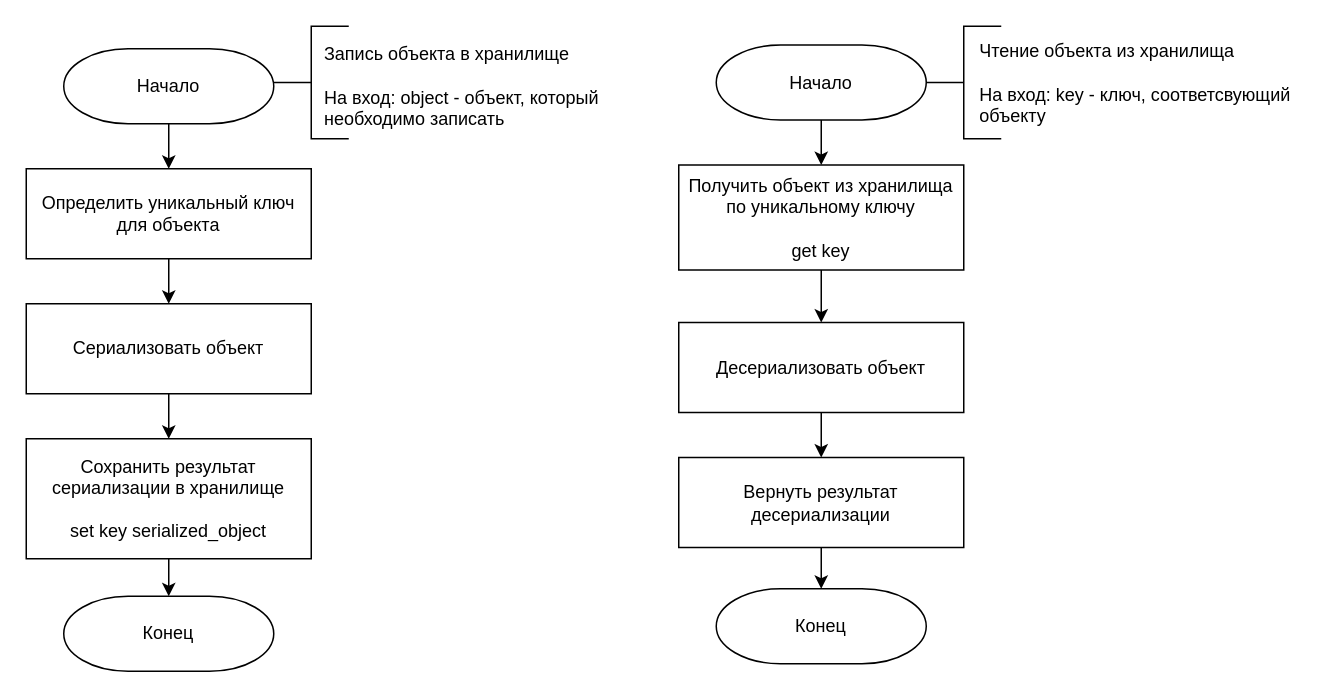
Earlier version of the draw.io diagram page "key-value" (6 of 45) of docs/diags/diag.drawio (lenoleuum/bmstu-diploma). Source tidied: cells renumbered, new cells numbered last; positions are measured from the earlier drawing's top-left corner, leaving out a move shared by most shapes. Both pictures are drawn from the tidied source at 150%, with x=0, y=0 at pixel (26, 26).
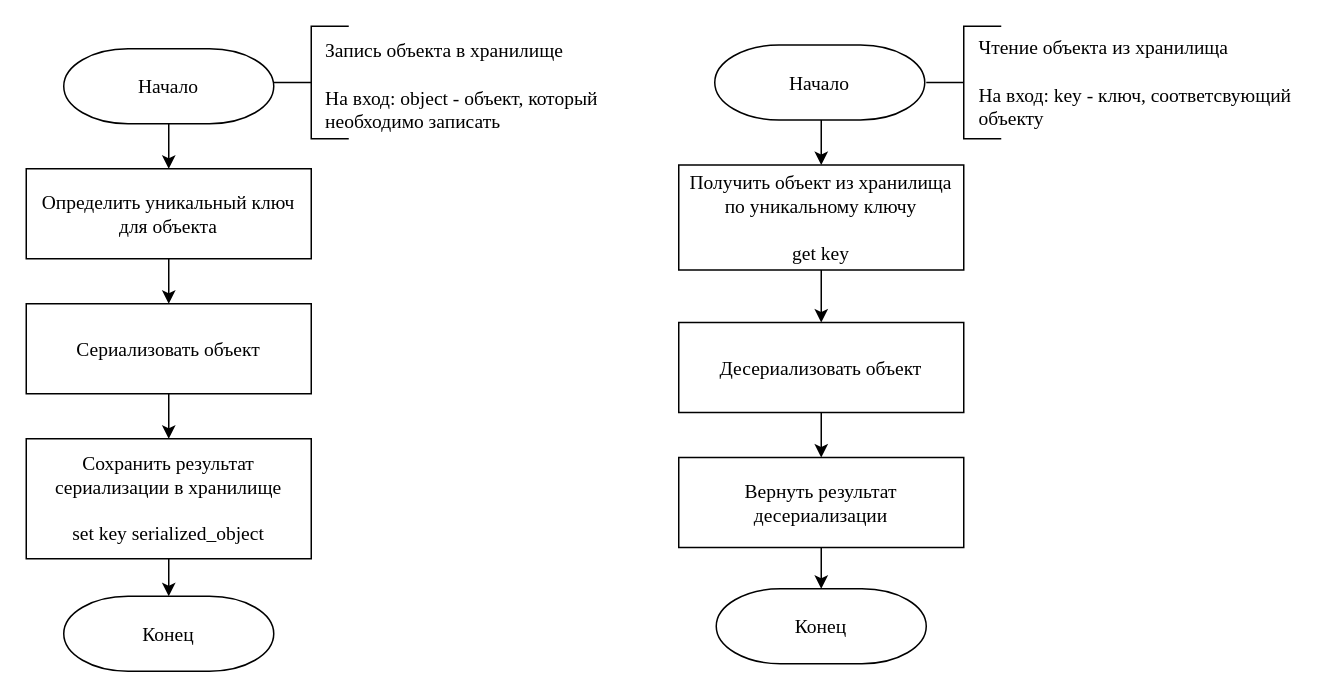
The same diagram, later.

Change to the diagram source:
```diff
@@
-    <mxCell id="2" style="edgeStyle=orthogonalEdgeStyle;rounded=0;jettySize=auto;html=1;exitX=0.5;exitY=1;exitDx=0;exitDy=0;exitPerimeter=0;entryX=0.5;entryY=0;entryDx=0;entryDy=0;" parent="1" edge="1" source="3" target="6">
-      <mxGeometry relative="1" as="geometry" />
+    <mxCell id="2" style="edgeStyle=orthogonalEdgeStyle;rounded=0;jettySize=auto;html=1;exitX=0.5;exitY=1;exitDx=0;exitDy=0;exitPerimeter=0;entryX=0.5;entryY=0;entryDx=0;entryDy=0;" parent="1" edge="1" target="6">
+      <mxGeometry relative="1" as="geometry">
+        <mxPoint x="95" y="57.5" as="sourcePoint" />
+      </mxGeometry>
     </mxCell>
-    <mxCell id="3" value="Начало" style="strokeWidth=1;html=1;shape=mxgraph.flowchart.terminator;whiteSpace=wrap;" parent="1" vertex="1">
-      <mxGeometry x="25" y="15" width="140" height="50" as="geometry" />
-    </mxCell>
-    <mxCell id="4" value="Конец" style="strokeWidth=1;html=1;shape=mxgraph.flowchart.terminator;whiteSpace=wrap;" parent="1" vertex="1">
-      <mxGeometry x="25" y="380" width="140" height="50" as="geometry" />
-    </mxCell>
@@
-    <mxCell id="6" value="Определить уникальный ключ для объекта" style="rounded=0;whiteSpace=wrap;html=1;absoluteArcSize=1;arcSize=14;strokeWidth=1;" parent="1" vertex="1">
+    <mxCell id="6" value="&lt;font style=&quot;font-size: 13px&quot; face=&quot;Times New Roman&quot;&gt;Определить уникальный ключ для объекта&lt;/font&gt;" style="rounded=0;whiteSpace=wrap;html=1;absoluteArcSize=1;arcSize=14;strokeWidth=1;" parent="1" vertex="1">
       <mxGeometry y="95" width="190" height="60" as="geometry" />
     </mxCell>
@@
-    <mxCell id="8" value="Сериализовать объект" style="rounded=0;whiteSpace=wrap;html=1;absoluteArcSize=1;arcSize=14;strokeWidth=1;" parent="1" vertex="1">
+    <mxCell id="8" value="&lt;font face=&quot;Times New Roman&quot; style=&quot;font-size: 13px&quot;&gt;Сериализовать объект&lt;/font&gt;" style="rounded=0;whiteSpace=wrap;html=1;absoluteArcSize=1;arcSize=14;strokeWidth=1;" parent="1" vertex="1">
       <mxGeometry y="185" width="190" height="60" as="geometry" />
     </mxCell>
-    <mxCell id="9" style="edgeStyle=orthogonalEdgeStyle;rounded=0;jettySize=auto;html=1;exitX=0.5;exitY=1;exitDx=0;exitDy=0;entryX=0.5;entryY=0;entryDx=0;entryDy=0;entryPerimeter=0;" parent="1" edge="1" source="10" target="4">
-      <mxGeometry relative="1" as="geometry" />
+    <mxCell id="9" style="edgeStyle=orthogonalEdgeStyle;rounded=0;jettySize=auto;html=1;exitX=0.5;exitY=1;exitDx=0;exitDy=0;entryX=0.5;entryY=0;entryDx=0;entryDy=0;entryPerimeter=0;" parent="1" edge="1" source="10">
+      <mxGeometry relative="1" as="geometry">
+        <mxPoint x="95" y="380" as="targetPoint" />
+      </mxGeometry>
     </mxCell>
-    <mxCell id="10" value="Сохранить результат сериализации в хранилище&lt;br&gt;&lt;br&gt;set key serialized_object" style="rounded=0;whiteSpace=wrap;html=1;absoluteArcSize=1;arcSize=14;strokeWidth=1;" parent="1" vertex="1">
+    <mxCell id="10" value="&lt;font face=&quot;Times New Roman&quot; style=&quot;font-size: 13px&quot;&gt;Сохранить результат сериализации в хранилище&lt;br&gt;&lt;br&gt;set key serialized_object&lt;/font&gt;" style="rounded=0;whiteSpace=wrap;html=1;absoluteArcSize=1;arcSize=14;strokeWidth=1;" parent="1" vertex="1">
       <mxGeometry y="275" width="190" height="80" as="geometry" />
     </mxCell>
-    <mxCell id="11" style="edgeStyle=orthogonalEdgeStyle;rounded=0;jettySize=auto;html=1;exitX=0.5;exitY=1;exitDx=0;exitDy=0;exitPerimeter=0;entryX=0.5;entryY=0;entryDx=0;entryDy=0;" parent="1" edge="1" source="12" target="15">
-      <mxGeometry relative="1" as="geometry" />
+    <mxCell id="11" style="edgeStyle=orthogonalEdgeStyle;rounded=0;jettySize=auto;html=1;exitX=0.5;exitY=1;exitDx=0;exitDy=0;exitPerimeter=0;entryX=0.5;entryY=0;entryDx=0;entryDy=0;" parent="1" edge="1" target="15">
+      <mxGeometry relative="1" as="geometry">
+        <mxPoint x="530" y="55" as="sourcePoint" />
+      </mxGeometry>
     </mxCell>
-    <mxCell id="12" value="Начало" style="strokeWidth=1;html=1;shape=mxgraph.flowchart.terminator;whiteSpace=wrap;" parent="1" vertex="1">
-      <mxGeometry x="460" y="12.5" width="140" height="50" as="geometry" />
-    </mxCell>
-    <mxCell id="13" value="Конец" style="strokeWidth=1;html=1;shape=mxgraph.flowchart.terminator;whiteSpace=wrap;" parent="1" vertex="1">
-      <mxGeometry x="460" y="375" width="140" height="50" as="geometry" />
-    </mxCell>
@@
-    <mxCell id="15" value="Получить объект из хранилища по уникальному ключу&lt;br&gt;&lt;br&gt;get key" style="rounded=0;whiteSpace=wrap;html=1;absoluteArcSize=1;arcSize=14;strokeWidth=1;" parent="1" vertex="1">
+    <mxCell id="15" value="&lt;font face=&quot;Times New Roman&quot; style=&quot;font-size: 13px&quot;&gt;Получить объект из хранилища по уникальному ключу&lt;br&gt;&lt;br&gt;get key&lt;/font&gt;" style="rounded=0;whiteSpace=wrap;html=1;absoluteArcSize=1;arcSize=14;strokeWidth=1;" parent="1" vertex="1">
       <mxGeometry x="435" y="92.5" width="190" height="70" as="geometry" />
     </mxCell>
@@
-    <mxCell id="17" value="Десериализовать объект" style="rounded=0;whiteSpace=wrap;html=1;absoluteArcSize=1;arcSize=14;strokeWidth=1;" parent="1" vertex="1">
+    <mxCell id="17" value="&lt;font face=&quot;Times New Roman&quot; style=&quot;font-size: 13px&quot;&gt;Десериализовать объект&lt;/font&gt;" style="rounded=0;whiteSpace=wrap;html=1;absoluteArcSize=1;arcSize=14;strokeWidth=1;" parent="1" vertex="1">
       <mxGeometry x="435" y="197.5" width="190" height="60" as="geometry" />
     </mxCell>
-    <mxCell id="18" style="edgeStyle=orthogonalEdgeStyle;rounded=0;jettySize=auto;html=1;exitX=0.5;exitY=1;exitDx=0;exitDy=0;entryX=0.5;entryY=0;entryDx=0;entryDy=0;entryPerimeter=0;" parent="1" edge="1" source="19" target="13">
-      <mxGeometry relative="1" as="geometry" />
+    <mxCell id="18" style="edgeStyle=orthogonalEdgeStyle;rounded=0;jettySize=auto;html=1;exitX=0.5;exitY=1;exitDx=0;exitDy=0;entryX=0.5;entryY=0;entryDx=0;entryDy=0;entryPerimeter=0;" parent="1" edge="1" source="19">
+      <mxGeometry relative="1" as="geometry">
+        <mxPoint x="530" y="375" as="targetPoint" />
+      </mxGeometry>
     </mxCell>
-    <mxCell id="19" value="Вернуть результат десериализации" style="rounded=0;whiteSpace=wrap;html=1;absoluteArcSize=1;arcSize=14;strokeWidth=1;" parent="1" vertex="1">
+    <mxCell id="19" value="&lt;font face=&quot;Times New Roman&quot; style=&quot;font-size: 13px&quot;&gt;Вернуть результат десериализации&lt;/font&gt;" style="rounded=0;whiteSpace=wrap;html=1;absoluteArcSize=1;arcSize=14;strokeWidth=1;" parent="1" vertex="1">
       <mxGeometry x="435" y="287.5" width="190" height="60" as="geometry" />
     </mxCell>
@@
-    <mxCell id="21" value="&lt;div style=&quot;text-align: left&quot;&gt;&lt;span&gt;Запись объекта в хранилище&lt;/span&gt;&lt;/div&gt;&lt;div style=&quot;text-align: left&quot;&gt;&lt;br&gt;&lt;/div&gt;&lt;div style=&quot;text-align: left&quot;&gt;&lt;span&gt;На вход: object - объект, который&lt;/span&gt;&lt;/div&gt;&lt;div style=&quot;text-align: left&quot;&gt;&lt;span&gt;необходимо записать&lt;/span&gt;&lt;/div&gt;" style="text;html=1;align=center;verticalAlign=middle;" parent="1" vertex="1">
+    <mxCell id="21" value="&lt;div style=&quot;text-align: left ; font-size: 13px&quot;&gt;&lt;span&gt;&lt;font style=&quot;font-size: 13px&quot; face=&quot;Times New Roman&quot;&gt;Запись объекта в хранилище&lt;/font&gt;&lt;/span&gt;&lt;/div&gt;&lt;div style=&quot;text-align: left ; font-size: 13px&quot;&gt;&lt;font style=&quot;font-size: 13px&quot; face=&quot;Times New Roman&quot;&gt;&lt;br&gt;&lt;/font&gt;&lt;/div&gt;&lt;div style=&quot;text-align: left ; font-size: 13px&quot;&gt;&lt;span&gt;&lt;font style=&quot;font-size: 13px&quot; face=&quot;Times New Roman&quot;&gt;На вход: object - объект, который&lt;/font&gt;&lt;/span&gt;&lt;/div&gt;&lt;div style=&quot;text-align: left ; font-size: 13px&quot;&gt;&lt;span&gt;&lt;font style=&quot;font-size: 13px&quot; face=&quot;Times New Roman&quot;&gt;необходимо записать&lt;/font&gt;&lt;/span&gt;&lt;/div&gt;" style="text;html=1;align=center;verticalAlign=middle;" parent="1" vertex="1">
       <mxGeometry x="190" y="10" width="200" height="60" as="geometry" />
     </mxCell>
@@
-    <mxCell id="23" value="&lt;div style=&quot;text-align: left&quot;&gt;&lt;span&gt;Чтение объекта из хранилища&lt;/span&gt;&lt;/div&gt;&lt;div style=&quot;text-align: left&quot;&gt;&lt;br&gt;&lt;/div&gt;&lt;div style=&quot;text-align: left&quot;&gt;&lt;span&gt;На вход: key - ключ, соответсвующий&lt;br&gt;&lt;/span&gt;&lt;/div&gt;&lt;div style=&quot;text-align: left&quot;&gt;&lt;span&gt;объекту&lt;/span&gt;&lt;/div&gt;" style="text;html=1;align=center;verticalAlign=middle;" parent="1" vertex="1">
+    <mxCell id="23" value="&lt;div style=&quot;text-align: left ; font-size: 13px&quot;&gt;&lt;span&gt;&lt;font face=&quot;Times New Roman&quot; style=&quot;font-size: 13px&quot;&gt;Чтение объекта из хранилища&lt;/font&gt;&lt;/span&gt;&lt;/div&gt;&lt;div style=&quot;text-align: left ; font-size: 13px&quot;&gt;&lt;font face=&quot;Times New Roman&quot; style=&quot;font-size: 13px&quot;&gt;&lt;br&gt;&lt;/font&gt;&lt;/div&gt;&lt;div style=&quot;text-align: left ; font-size: 13px&quot;&gt;&lt;span&gt;&lt;font face=&quot;Times New Roman&quot; style=&quot;font-size: 13px&quot;&gt;На вход: key - ключ, соответсвующий&lt;br&gt;&lt;/font&gt;&lt;/span&gt;&lt;/div&gt;&lt;div style=&quot;text-align: left ; font-size: 13px&quot;&gt;&lt;span&gt;&lt;font face=&quot;Times New Roman&quot; style=&quot;font-size: 13px&quot;&gt;объекту&lt;/font&gt;&lt;/span&gt;&lt;/div&gt;" style="text;html=1;align=center;verticalAlign=middle;" parent="1" vertex="1">
       <mxGeometry x="629" y="7.5" width="220" height="60" as="geometry" />
     </mxCell>
+    <mxCell id="24" value="&lt;span style=&quot;font-family: &amp;#34;times new roman&amp;#34; ; font-size: 13px&quot;&gt;Конец&lt;/span&gt;" style="strokeWidth=1;html=1;shape=mxgraph.flowchart.terminator;whiteSpace=wrap;" parent="1" vertex="1">
+      <mxGeometry x="25" y="380" width="140" height="50" as="geometry" />
+    </mxCell>
+    <mxCell id="25" value="&lt;span style=&quot;font-family: &amp;#34;times new roman&amp;#34; ; font-size: 13px&quot;&gt;Конец&lt;/span&gt;" style="strokeWidth=1;html=1;shape=mxgraph.flowchart.terminator;whiteSpace=wrap;" parent="1" vertex="1">
+      <mxGeometry x="460" y="375" width="140" height="50" as="geometry" />
+    </mxCell>
+    <mxCell id="26" value="&lt;span style=&quot;font-family: &amp;#34;times new roman&amp;#34; ; font-size: 13px&quot;&gt;Начало&lt;/span&gt;" style="strokeWidth=1;html=1;shape=mxgraph.flowchart.terminator;whiteSpace=wrap;" parent="1" vertex="1">
+      <mxGeometry x="25" y="15" width="140" height="50" as="geometry" />
+    </mxCell>
+    <mxCell id="27" value="&lt;span style=&quot;font-family: &amp;#34;times new roman&amp;#34; ; font-size: 13px&quot;&gt;Начало&lt;/span&gt;" style="strokeWidth=1;html=1;shape=mxgraph.flowchart.terminator;whiteSpace=wrap;" parent="1" vertex="1">
+      <mxGeometry x="459" y="12.5" width="140" height="50" as="geometry" />
+    </mxCell>
```
